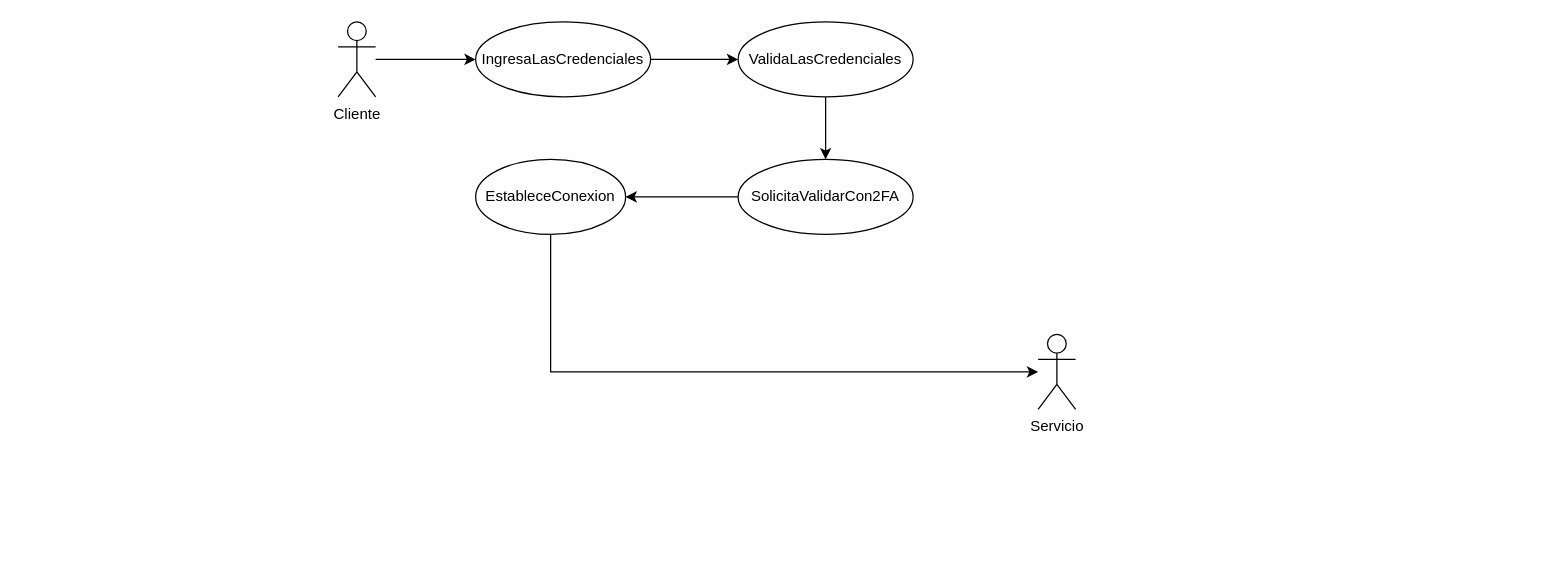
This is doc/casos de uso.drawio from agusbonii/IngenieriaTeorico1, a draw.io file, before an edit. Source tidied: cells renumbered, new cells numbered last; positions are measured from the earlier drawing's top-left corner, leaving out a move shared by most shapes. Both pictures are drawn from the tidied source at 125%, with x=0, y=0 at pixel (338, 21).
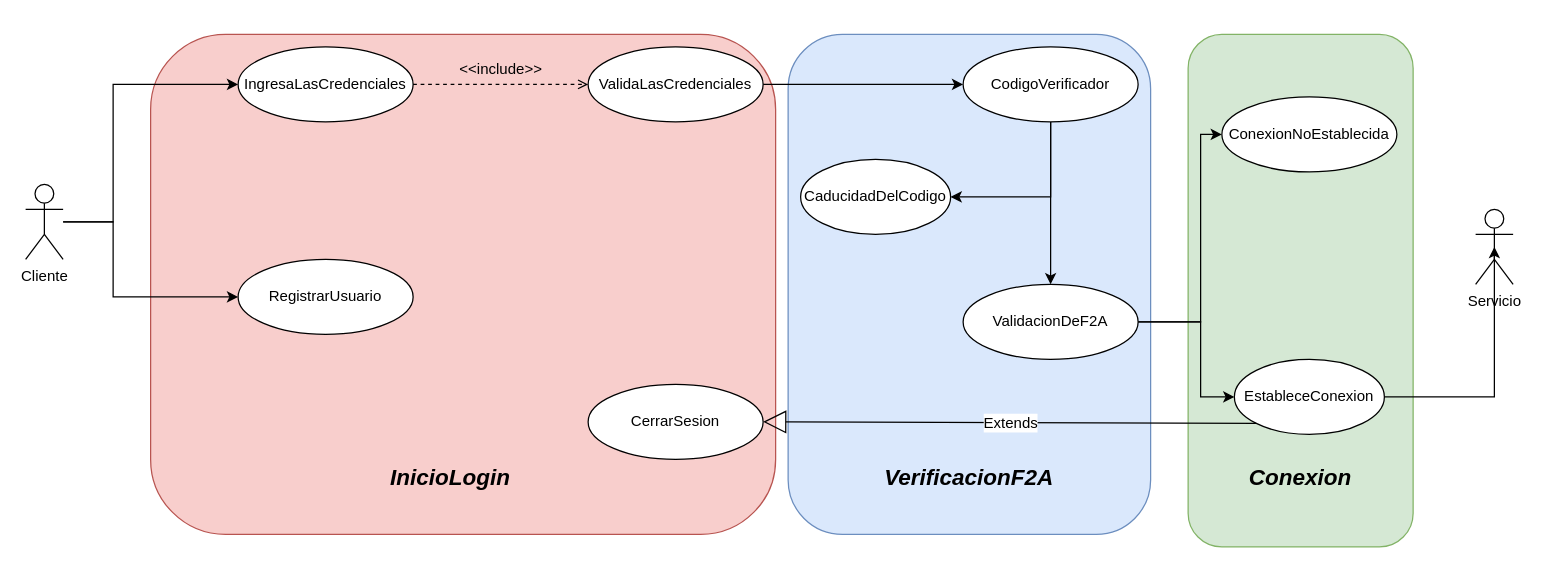
Above is the later version.

Commit message (it also covers changes not shown here):
Se modifica nombre de archivo para casos de uso

What changed in the source:
```diff
@@
+    <mxCell id="13" style="rounded=1;whiteSpace=wrap;html=1;fillColor=#d5e8d4;strokeColor=#82b366;" parent="1" vertex="1">
+      <mxGeometry x="680" y="10" width="180" height="410" as="geometry" />
+    </mxCell>
+    <mxCell id="14" style="rounded=1;whiteSpace=wrap;html=1;fillColor=#dae8fc;strokeColor=#6c8ebf;" parent="1" vertex="1">
+      <mxGeometry x="360" y="10" width="290" height="400" as="geometry" />
+    </mxCell>
+    <mxCell id="15" style="rounded=1;whiteSpace=wrap;html=1;fillColor=#f8cecc;strokeColor=#b85450;" parent="1" vertex="1">
+      <mxGeometry x="-150" y="10" width="500" height="400" as="geometry" />
+    </mxCell>
-    <mxCell id="2" style="edgeStyle=orthogonalEdgeStyle;rounded=0;jettySize=auto;html=1;" parent="1" edge="1" source="3" target="6">
-      <mxGeometry relative="1" as="geometry" />
+    <mxCell id="2" style="edgeStyle=orthogonalEdgeStyle;rounded=0;jettySize=auto;html=1;entryX=0;entryY=0.5;entryDx=0;entryDy=0;" parent="1" edge="1" source="3" target="6">
+      <mxGeometry relative="1" as="geometry">
+        <Array as="points">
+          <mxPoint x="-180" y="160" />
+          <mxPoint x="-180" y="50" />
+        </Array>
+      </mxGeometry>
     </mxCell>
+    <mxCell id="16" style="edgeStyle=orthogonalEdgeStyle;rounded=0;jettySize=auto;html=1;" parent="1" edge="1" source="3" target="19">
+      <mxGeometry relative="1" as="geometry">
+        <Array as="points">
+          <mxPoint x="-180" y="160" />
+          <mxPoint x="-180" y="220" />
+        </Array>
+      </mxGeometry>
+    </mxCell>
     <mxCell id="3" value="Cliente" style="shape=umlActor;verticalLabelPosition=bottom;verticalAlign=top;html=1;outlineConnect=0;" parent="1" vertex="1">
-      <mxGeometry width="30" height="60" as="geometry" />
+      <mxGeometry x="-250" y="130" width="30" height="60" as="geometry" />
     </mxCell>
     <mxCell id="4" value="Servicio" style="shape=umlActor;verticalLabelPosition=bottom;verticalAlign=top;html=1;outlineConnect=0;" parent="1" vertex="1">
-      <mxGeometry x="560" y="250" width="30" height="60" as="geometry" />
+      <mxGeometry x="910" y="150" width="30" height="60" as="geometry" />
     </mxCell>
-    <mxCell id="5" style="edgeStyle=orthogonalEdgeStyle;rounded=0;jettySize=auto;html=1;" parent="1" edge="1" source="6" target="10">
-      <mxGeometry relative="1" as="geometry" />
-    </mxCell>
     <mxCell id="6" value="IngresaLasCredenciales" style="ellipse;whiteSpace=wrap;html=1;" parent="1" vertex="1">
-      <mxGeometry x="110" width="140" height="60" as="geometry" />
+      <mxGeometry x="-80" y="20" width="140" height="60" as="geometry" />
     </mxCell>
-    <mxCell id="7" style="edgeStyle=orthogonalEdgeStyle;rounded=0;jettySize=auto;html=1;" parent="1" edge="1" source="8" target="12">
-      <mxGeometry relative="1" as="geometry" />
-    </mxCell>
+    <mxCell id="17" style="edgeStyle=orthogonalEdgeStyle;rounded=0;jettySize=auto;html=1;" parent="1" edge="1" source="8" target="22">
+      <mxGeometry relative="1" as="geometry" />
+    </mxCell>
+    <mxCell id="18" style="edgeStyle=orthogonalEdgeStyle;rounded=0;jettySize=auto;html=1;entryX=1;entryY=0.5;entryDx=0;entryDy=0;" parent="1" edge="1" source="8" target="23">
+      <mxGeometry relative="1" as="geometry">
+        <Array as="points">
+          <mxPoint x="570" y="140" />
+        </Array>
+      </mxGeometry>
+    </mxCell>
-    <mxCell id="8" value="SolicitaValidarCon2FA" style="ellipse;whiteSpace=wrap;html=1;" parent="1" vertex="1">
-      <mxGeometry x="320" y="110" width="140" height="60" as="geometry" />
+    <mxCell id="8" value="CodigoVerificador" style="ellipse;whiteSpace=wrap;html=1;" parent="1" vertex="1">
+      <mxGeometry x="500" y="20" width="140" height="60" as="geometry" />
     </mxCell>
@@
     <mxCell id="10" value="ValidaLasCredenciales" style="ellipse;whiteSpace=wrap;html=1;" parent="1" vertex="1">
-      <mxGeometry x="320" width="140" height="60" as="geometry" />
+      <mxGeometry x="200" y="20" width="140" height="60" as="geometry" />
     </mxCell>
-    <mxCell id="11" style="edgeStyle=orthogonalEdgeStyle;rounded=0;jettySize=auto;html=1;" parent="1" edge="1" source="12" target="4">
-      <mxGeometry relative="1" as="geometry">
-        <Array as="points">
-          <mxPoint x="170" y="280" />
-        </Array>
-      </mxGeometry>
+    <mxCell id="11" style="edgeStyle=orthogonalEdgeStyle;rounded=0;jettySize=auto;html=1;entryX=0.5;entryY=0.5;entryDx=0;entryDy=0;entryPerimeter=0;" parent="1" edge="1" source="12" target="4">
+      <mxGeometry relative="1" as="geometry" />
     </mxCell>
     <mxCell id="12" value="EstableceConexion" style="ellipse;whiteSpace=wrap;html=1;" parent="1" vertex="1">
-      <mxGeometry x="110" y="110" width="120" height="60" as="geometry" />
+      <mxGeometry x="717" y="270" width="120" height="60" as="geometry" />
     </mxCell>
+    <mxCell id="19" value="RegistrarUsuario" style="ellipse;whiteSpace=wrap;html=1;" parent="1" vertex="1">
+      <mxGeometry x="-80" y="190" width="140" height="60" as="geometry" />
+    </mxCell>
+    <mxCell id="20" style="edgeStyle=orthogonalEdgeStyle;rounded=0;jettySize=auto;html=1;entryX=0;entryY=0.5;entryDx=0;entryDy=0;" parent="1" edge="1" source="22" target="12">
+      <mxGeometry relative="1" as="geometry">
+        <Array as="points">
+          <mxPoint x="690" y="240" />
+          <mxPoint x="690" y="300" />
+        </Array>
+      </mxGeometry>
+    </mxCell>
+    <mxCell id="21" style="edgeStyle=orthogonalEdgeStyle;rounded=0;jettySize=auto;html=1;entryX=0;entryY=0.5;entryDx=0;entryDy=0;" parent="1" edge="1" source="22" target="24">
+      <mxGeometry relative="1" as="geometry">
+        <Array as="points">
+          <mxPoint x="690" y="240" />
+          <mxPoint x="690" y="90" />
+        </Array>
+      </mxGeometry>
+    </mxCell>
+    <mxCell id="22" value="ValidacionDeF2A" style="ellipse;whiteSpace=wrap;html=1;" parent="1" vertex="1">
+      <mxGeometry x="500" y="210" width="140" height="60" as="geometry" />
+    </mxCell>
+    <mxCell id="23" value="CaducidadDelCodigo" style="ellipse;whiteSpace=wrap;html=1;" parent="1" vertex="1">
+      <mxGeometry x="370" y="110" width="120" height="60" as="geometry" />
+    </mxCell>
+    <mxCell id="24" value="ConexionNoEstablecida" style="ellipse;whiteSpace=wrap;html=1;" parent="1" vertex="1">
+      <mxGeometry x="707" y="60" width="140" height="60" as="geometry" />
+    </mxCell>
+    <mxCell id="25" value="&lt;b&gt;&lt;i&gt;&lt;font style=&quot;font-size: 18px;&quot;&gt;InicioLogin&lt;/font&gt;&lt;/i&gt;&lt;/b&gt;" style="text;html=1;strokeColor=none;fillColor=none;align=center;verticalAlign=middle;whiteSpace=wrap;rounded=0;" parent="1" vertex="1">
+      <mxGeometry x="60" y="350" width="60" height="30" as="geometry" />
+    </mxCell>
+    <mxCell id="26" value="&lt;b&gt;&lt;i&gt;&lt;font style=&quot;font-size: 18px;&quot;&gt;VerificacionF2A&lt;/font&gt;&lt;/i&gt;&lt;/b&gt;" style="text;html=1;strokeColor=none;fillColor=none;align=center;verticalAlign=middle;whiteSpace=wrap;rounded=0;" parent="1" vertex="1">
+      <mxGeometry x="475" y="350" width="60" height="30" as="geometry" />
+    </mxCell>
+    <mxCell id="27" value="&lt;b&gt;&lt;i&gt;&lt;font style=&quot;font-size: 18px;&quot;&gt;Conexion&lt;/font&gt;&lt;/i&gt;&lt;/b&gt;" style="text;html=1;strokeColor=none;fillColor=none;align=center;verticalAlign=middle;whiteSpace=wrap;rounded=0;" parent="1" vertex="1">
+      <mxGeometry x="740" y="350" width="60" height="30" as="geometry" />
+    </mxCell>
+    <mxCell id="5" value="&lt;font style=&quot;font-size: 12px;&quot;&gt;&amp;lt;&amp;lt;include&amp;gt;&amp;gt;&lt;/font&gt;" style="html=1;verticalAlign=bottom;labelBackgroundColor=none;endArrow=open;endFill=0;dashed=1;rounded=0;fontSize=18;exitX=1;exitY=0.5;exitDx=0;exitDy=0;entryX=0;entryY=0.5;entryDx=0;entryDy=0;" parent="1" edge="1" source="6" target="10">
+      <mxGeometry relative="1" as="geometry" />
+    </mxCell>
+    <mxCell id="28" value="Extends" style="endArrow=block;endSize=16;endFill=0;html=1;rounded=0;fontSize=12;exitX=0;exitY=1;exitDx=0;exitDy=0;entryX=1;entryY=0.5;entryDx=0;entryDy=0;" parent="1" edge="1" source="12" target="29">
+      <mxGeometry relative="1" as="geometry" />
+    </mxCell>
+    <mxCell id="29" value="CerrarSesion" style="ellipse;whiteSpace=wrap;html=1;" parent="1" vertex="1">
+      <mxGeometry x="200" y="290" width="140" height="60" as="geometry" />
+    </mxCell>
```
